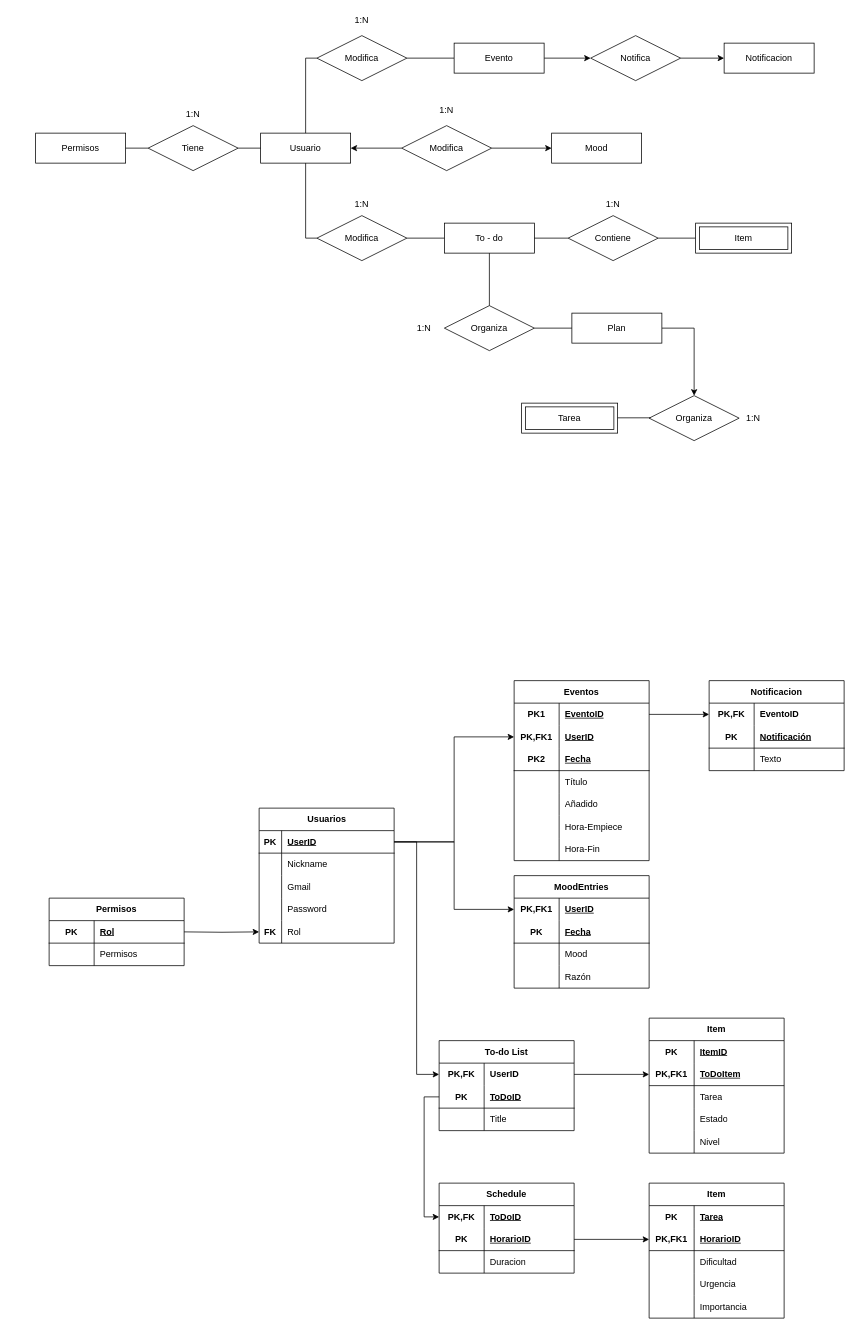
The draw.io diagram BBDD.drawio in Rackxso/LiveNotes, before the edit. Source tidied: cells renumbered, new cells numbered last; positions are measured from the earlier drawing's top-left corner, leaving out a move shared by most shapes. Both pictures are drawn from the tidied source at 75%, with x=0, y=0 at pixel (35, 13).
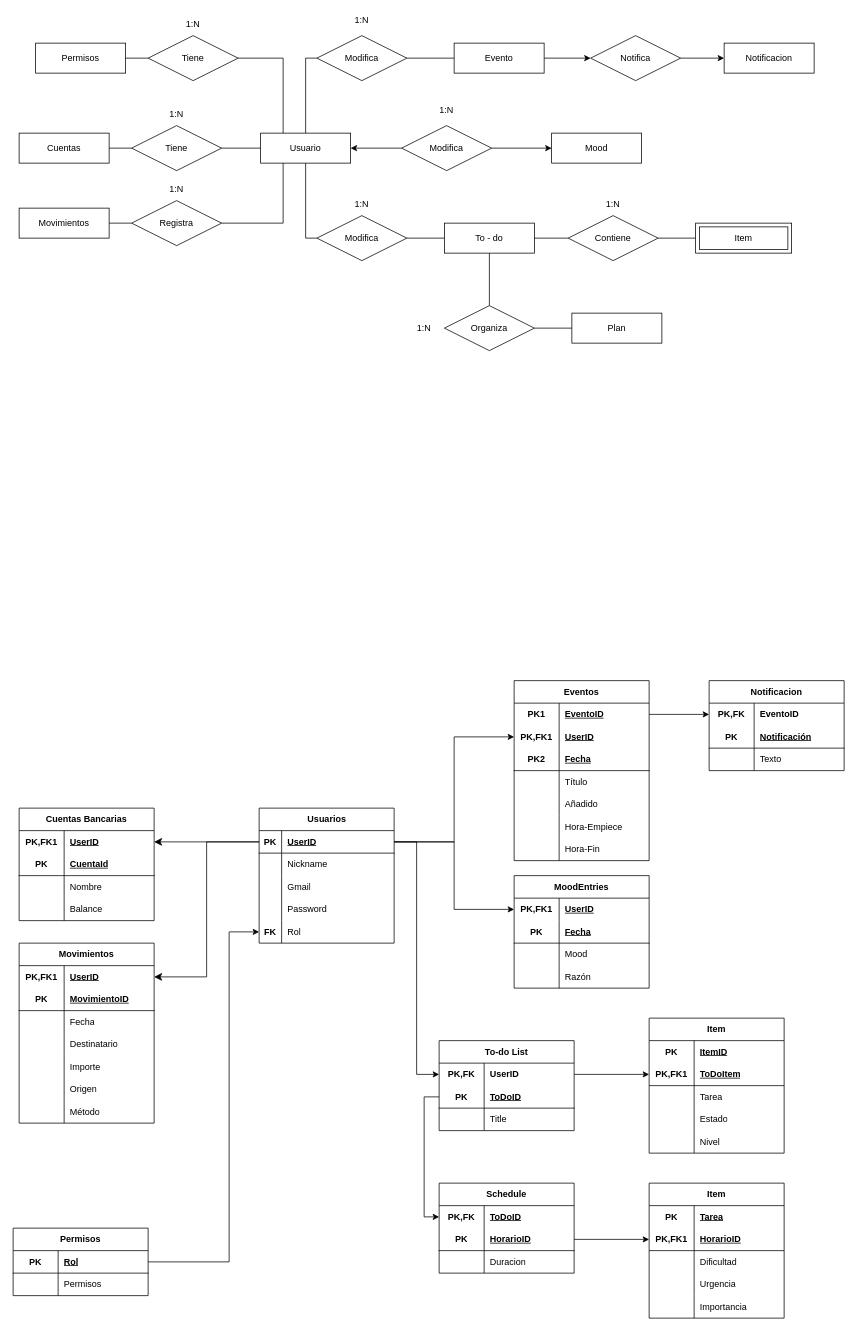
The same page after the edit.

Commit message:
Añadido banco

The change refers to these unchanged cells:
```xml
<mxCell id="2" value="Usuario" style="whiteSpace=wrap;html=1;align=center;" parent="1" vertex="1">
  <mxGeometry x="300" y="160" width="120" height="40" as="geometry" />
</mxCell>
<mxCell id="16" style="shape=tableRow;horizontal=0;startSize=0;swimlaneHead=0;swimlaneBody=0;fillColor=none;points=[[0,0.5],[1,0.5]];portConstraint=eastwest;top=0;left=0;right=0;bottom=1;" parent="15" vertex="1">
  <mxGeometry y="30" width="180" height="30" as="geometry" />
</mxCell>
<mxCell id="28" style="shape=tableRow;horizontal=0;startSize=0;swimlaneHead=0;swimlaneBody=0;fillColor=none;points=[[0,0.5],[1,0.5]];portConstraint=eastwest;top=0;left=0;right=0;bottom=0;" parent="15" vertex="1">
  <mxGeometry y="150" width="180" height="30" as="geometry" />
</mxCell>
<mxCell id="74" style="shape=tableRow;horizontal=0;startSize=0;swimlaneHead=0;swimlaneBody=0;fillColor=none;points=[[0,0.5],[1,0.5]];portConstraint=eastwest;top=0;left=0;right=0;bottom=1;" parent="73" vertex="1">
  <mxGeometry y="30" width="180" height="30" as="geometry" />
</mxCell>
<mxCell id="133" value="Plan" style="whiteSpace=wrap;html=1;align=center;" parent="1" vertex="1">
  <mxGeometry x="715" y="400" width="120" height="40" as="geometry" />
</mxCell>
```

The edit, as a diff of the source:
```diff
@@
     <mxCell id="3" value="Permisos" style="whiteSpace=wrap;html=1;align=center;" parent="1" vertex="1">
-      <mxGeometry y="160" width="120" height="40" as="geometry" />
+      <mxGeometry y="40" width="120" height="40" as="geometry" />
     </mxCell>
@@
     <mxCell id="11" value="Tiene" style="shape=rhombus;perimeter=rhombusPerimeter;whiteSpace=wrap;html=1;align=center;" parent="1" vertex="1">
-      <mxGeometry x="150" y="150" width="120" height="60" as="geometry" />
+      <mxGeometry x="150" y="30" width="120" height="60" as="geometry" />
     </mxCell>
@@
-    <mxCell id="13" style="endArrow=none;html=1;rounded=0;exitX=1;exitY=0.5;exitDx=0;exitDy=0;entryX=0;entryY=0.5;entryDx=0;entryDy=0;" parent="1" edge="1" source="11" target="2">
+    <mxCell id="13" style="endArrow=none;html=1;rounded=0;exitX=1;exitY=0.5;exitDx=0;exitDy=0;entryX=0.25;entryY=0;entryDx=0;entryDy=0;edgeStyle=orthogonalEdgeStyle;" parent="1" edge="1" source="11" target="2">
       <mxGeometry relative="1" as="geometry" />
     </mxCell>
@@
     <mxCell id="71" value="1:N" style="text;html=1;whiteSpace=wrap;strokeColor=none;fillColor=none;align=center;verticalAlign=middle;rounded=0;" parent="1" vertex="1">
-      <mxGeometry x="180" y="120" width="60" height="30" as="geometry" />
+      <mxGeometry x="180" width="60" height="30" as="geometry" />
     </mxCell>
-    <mxCell id="72" style="edgeStyle=orthogonalEdgeStyle;rounded=0;jettySize=auto;html=1;entryX=0;entryY=0.5;entryDx=0;entryDy=0;exitX=1;exitY=0.5;exitDx=0;exitDy=0;" parent="1" edge="1" target="28">
+    <mxCell id="72" style="edgeStyle=orthogonalEdgeStyle;rounded=0;jettySize=auto;html=1;entryX=0;entryY=0.5;entryDx=0;entryDy=0;exitX=1;exitY=0.5;exitDx=0;exitDy=0;" parent="1" edge="1" source="74" target="28">
       <mxGeometry relative="1" as="geometry">
-        <mxPoint x="198" y="1225" as="sourcePoint" />
+        <Array as="points">
+          <mxPoint x="258" y="1665" />
+          <mxPoint x="258" y="1225" />
+        </Array>
       </mxGeometry>
     </mxCell>
     <mxCell id="73" value="Permisos" style="shape=table;startSize=30;childLayout=tableLayout;rowLines=0;fontStyle=1;align=center;html=1;whiteSpace=wrap;" parent="1" vertex="1">
-      <mxGeometry x="18" y="1180" width="180" height="90" as="geometry" />
+      <mxGeometry x="-30" y="1620" width="180" height="90" as="geometry" />
     </mxCell>
@@
-    <mxCell id="132" style="edgeStyle=orthogonalEdgeStyle;rounded=0;jettySize=auto;html=1;entryX=0.5;entryY=0;entryDx=0;entryDy=0;exitX=1;exitY=0.5;exitDx=0;exitDy=0;" parent="1" edge="1" source="133" target="137">
-      <mxGeometry relative="1" as="geometry" />
-    </mxCell>
@@
-    <mxCell id="137" value="Organiza" style="shape=rhombus;perimeter=rhombusPerimeter;whiteSpace=wrap;html=1;align=center;" parent="1" vertex="1">
-      <mxGeometry x="818" y="510" width="120" height="60" as="geometry" />
-    </mxCell>
-    <mxCell id="138" value="1:N" style="text;html=1;whiteSpace=wrap;strokeColor=none;fillColor=none;align=center;verticalAlign=middle;rounded=0;" parent="1" vertex="1">
-      <mxGeometry x="927" y="525" width="60" height="30" as="geometry" />
-    </mxCell>
-    <mxCell id="139" style="endArrow=none;html=1;rounded=0;entryX=0;entryY=0.5;entryDx=0;entryDy=0;exitX=1;exitY=0.5;exitDx=0;exitDy=0;" parent="1" edge="1">
-      <mxGeometry relative="1" as="geometry">
-        <mxPoint x="770" y="539.6" as="sourcePoint" />
-        <mxPoint x="820" y="539.6" as="targetPoint" />
-      </mxGeometry>
-    </mxCell>
@@
-    <mxCell id="141" value="Tarea" style="shape=ext;margin=3;double=1;whiteSpace=wrap;html=1;align=center;" parent="1" vertex="1">
-      <mxGeometry x="648" y="520" width="128" height="40" as="geometry" />
-    </mxCell>
@@
+    <mxCell id="172" value="Cuentas" style="whiteSpace=wrap;html=1;align=center;" parent="1" vertex="1">
+      <mxGeometry x="-22" y="160" width="120" height="40" as="geometry" />
+    </mxCell>
+    <mxCell id="173" value="Tiene" style="shape=rhombus;perimeter=rhombusPerimeter;whiteSpace=wrap;html=1;align=center;" parent="1" vertex="1">
+      <mxGeometry x="128" y="150" width="120" height="60" as="geometry" />
+    </mxCell>
+    <mxCell id="174" style="endArrow=none;html=1;rounded=0;exitX=1;exitY=0.5;exitDx=0;exitDy=0;entryX=0;entryY=0.5;entryDx=0;entryDy=0;" parent="1" edge="1" source="172" target="173">
+      <mxGeometry relative="1" as="geometry" />
+    </mxCell>
+    <mxCell id="175" value="1:N" style="text;html=1;whiteSpace=wrap;strokeColor=none;fillColor=none;align=center;verticalAlign=middle;rounded=0;" parent="1" vertex="1">
+      <mxGeometry x="158" y="120" width="60" height="30" as="geometry" />
+    </mxCell>
+    <mxCell id="176" value="Movimientos" style="whiteSpace=wrap;html=1;align=center;" parent="1" vertex="1">
+      <mxGeometry x="-22" y="260" width="120" height="40" as="geometry" />
+    </mxCell>
+    <mxCell id="177" value="Registra" style="shape=rhombus;perimeter=rhombusPerimeter;whiteSpace=wrap;html=1;align=center;" parent="1" vertex="1">
+      <mxGeometry x="128" y="250" width="120" height="60" as="geometry" />
+    </mxCell>
+    <mxCell id="178" style="endArrow=none;html=1;rounded=0;exitX=1;exitY=0.5;exitDx=0;exitDy=0;entryX=0;entryY=0.5;entryDx=0;entryDy=0;" parent="1" edge="1" source="176" target="177">
+      <mxGeometry relative="1" as="geometry" />
+    </mxCell>
+    <mxCell id="179" value="1:N" style="text;html=1;whiteSpace=wrap;strokeColor=none;fillColor=none;align=center;verticalAlign=middle;rounded=0;" parent="1" vertex="1">
+      <mxGeometry x="158" y="220" width="60" height="30" as="geometry" />
+    </mxCell>
+    <mxCell id="180" style="endArrow=none;html=1;rounded=0;exitX=1;exitY=0.5;exitDx=0;exitDy=0;entryX=0;entryY=0.5;entryDx=0;entryDy=0;edgeStyle=orthogonalEdgeStyle;" parent="1" edge="1" source="173" target="2">
+      <mxGeometry relative="1" as="geometry" />
+    </mxCell>
+    <mxCell id="181" style="endArrow=none;html=1;rounded=0;exitX=1;exitY=0.5;exitDx=0;exitDy=0;entryX=0.25;entryY=1;entryDx=0;entryDy=0;edgeStyle=orthogonalEdgeStyle;" parent="1" edge="1" source="177" target="2">
+      <mxGeometry relative="1" as="geometry" />
+    </mxCell>
+    <mxCell id="182" value="Cuentas Bancarias" style="shape=table;startSize=30;childLayout=tableLayout;rowLines=0;fontStyle=1;align=center;html=1;whiteSpace=wrap;" parent="1" vertex="1">
+      <mxGeometry x="-22" y="1060" width="180" height="150" as="geometry" />
+    </mxCell>
+    <mxCell id="183" style="shape=tableRow;horizontal=0;startSize=0;swimlaneHead=0;swimlaneBody=0;fillColor=none;points=[[0,0.5],[1,0.5]];portConstraint=eastwest;top=0;left=0;right=0;bottom=0;html=1;" parent="182" vertex="1">
+      <mxGeometry y="30" width="180" height="30" as="geometry" />
+    </mxCell>
+    <mxCell id="184" value="PK,FK1" style="shape=partialRectangle;fillColor=none;top=0;left=0;bottom=0;right=0;fontStyle=1;overflow=hidden;html=1;whiteSpace=wrap;" parent="183" vertex="1">
+      <mxGeometry width="60" height="30" as="geometry" />
+    </mxCell>
+    <mxCell id="185" value="UserID" style="shape=partialRectangle;fillColor=none;top=0;left=0;bottom=0;right=0;align=left;spacingLeft=6;fontStyle=5;overflow=hidden;html=1;whiteSpace=wrap;" parent="183" vertex="1">
+      <mxGeometry x="60" width="120" height="30" as="geometry" />
+    </mxCell>
+    <mxCell id="186" style="shape=tableRow;horizontal=0;startSize=0;swimlaneHead=0;swimlaneBody=0;fillColor=none;top=0;left=0;right=0;bottom=1;html=1;" parent="182" vertex="1">
+      <mxGeometry y="60" width="180" height="30" as="geometry" />
+    </mxCell>
+    <mxCell id="187" value="PK" style="shape=partialRectangle;fillColor=none;top=0;left=0;bottom=0;right=0;fontStyle=1;overflow=hidden;html=1;whiteSpace=wrap;" parent="186" vertex="1">
+      <mxGeometry width="60" height="30" as="geometry" />
+    </mxCell>
+    <mxCell id="188" value="CuentaId" style="shape=partialRectangle;fillColor=none;top=0;left=0;bottom=0;right=0;align=left;spacingLeft=6;fontStyle=5;overflow=hidden;html=1;whiteSpace=wrap;" parent="186" vertex="1">
+      <mxGeometry x="60" width="120" height="30" as="geometry" />
+    </mxCell>
+    <mxCell id="189" style="shape=tableRow;horizontal=0;startSize=0;swimlaneHead=0;swimlaneBody=0;fillColor=none;top=0;left=0;right=0;bottom=0;html=1;" parent="182" vertex="1">
+      <mxGeometry y="90" width="180" height="30" as="geometry" />
+    </mxCell>
+    <mxCell id="190" style="shape=partialRectangle;fillColor=none;top=0;left=0;bottom=0;right=0;overflow=hidden;html=1;whiteSpace=wrap;" parent="189" vertex="1">
+      <mxGeometry width="60" height="30" as="geometry" />
+    </mxCell>
+    <mxCell id="191" value="Nombre" style="shape=partialRectangle;fillColor=none;top=0;left=0;bottom=0;right=0;align=left;spacingLeft=6;overflow=hidden;html=1;whiteSpace=wrap;" parent="189" vertex="1">
+      <mxGeometry x="60" width="120" height="30" as="geometry" />
+    </mxCell>
+    <mxCell id="192" style="shape=tableRow;horizontal=0;startSize=0;swimlaneHead=0;swimlaneBody=0;fillColor=none;top=0;left=0;right=0;bottom=0;html=1;" parent="182" vertex="1">
+      <mxGeometry y="120" width="180" height="30" as="geometry" />
+    </mxCell>
+    <mxCell id="193" style="shape=partialRectangle;fillColor=none;top=0;left=0;bottom=0;right=0;overflow=hidden;html=1;whiteSpace=wrap;" parent="192" vertex="1">
+      <mxGeometry width="60" height="30" as="geometry" />
+    </mxCell>
+    <mxCell id="194" value="Balance" style="shape=partialRectangle;fillColor=none;top=0;left=0;bottom=0;right=0;align=left;spacingLeft=6;overflow=hidden;html=1;whiteSpace=wrap;" parent="192" vertex="1">
+      <mxGeometry x="60" width="120" height="30" as="geometry" />
+    </mxCell>
+    <mxCell id="195" style="edgeStyle=orthogonalEdgeStyle;rounded=0;jettySize=auto;html=1;entryX=1;entryY=0.5;entryDx=0;entryDy=0;fontSize=12;startSize=8;endSize=8;" parent="1" edge="1" source="16" target="183">
+      <mxGeometry relative="1" as="geometry" />
+    </mxCell>
+    <mxCell id="196" value="Movimientos" style="shape=table;startSize=30;childLayout=tableLayout;rowLines=0;fontStyle=1;align=center;html=1;whiteSpace=wrap;" parent="1" vertex="1">
+      <mxGeometry x="-22" y="1240" width="180" height="240" as="geometry" />
+    </mxCell>
+    <mxCell id="197" style="shape=tableRow;horizontal=0;startSize=0;swimlaneHead=0;swimlaneBody=0;fillColor=none;points=[[0,0.5],[1,0.5]];portConstraint=eastwest;top=0;left=0;right=0;bottom=0;html=1;" parent="196" vertex="1">
+      <mxGeometry y="30" width="180" height="30" as="geometry" />
+    </mxCell>
+    <mxCell id="198" value="PK,FK1" style="shape=partialRectangle;fillColor=none;top=0;left=0;bottom=0;right=0;fontStyle=1;overflow=hidden;html=1;whiteSpace=wrap;" parent="197" vertex="1">
+      <mxGeometry width="60" height="30" as="geometry" />
+    </mxCell>
+    <mxCell id="199" value="UserID" style="shape=partialRectangle;fillColor=none;top=0;left=0;bottom=0;right=0;align=left;spacingLeft=6;fontStyle=5;overflow=hidden;html=1;whiteSpace=wrap;" parent="197" vertex="1">
+      <mxGeometry x="60" width="120" height="30" as="geometry" />
+    </mxCell>
+    <mxCell id="200" style="shape=tableRow;horizontal=0;startSize=0;swimlaneHead=0;swimlaneBody=0;fillColor=none;top=0;left=0;right=0;bottom=1;html=1;" parent="196" vertex="1">
+      <mxGeometry y="60" width="180" height="30" as="geometry" />
+    </mxCell>
+    <mxCell id="201" value="PK" style="shape=partialRectangle;fillColor=none;top=0;left=0;bottom=0;right=0;fontStyle=1;overflow=hidden;html=1;whiteSpace=wrap;" parent="200" vertex="1">
+      <mxGeometry width="60" height="30" as="geometry" />
+    </mxCell>
+    <mxCell id="202" value="MovimientoID" style="shape=partialRectangle;fillColor=none;top=0;left=0;bottom=0;right=0;align=left;spacingLeft=6;fontStyle=5;overflow=hidden;html=1;whiteSpace=wrap;" parent="200" vertex="1">
+      <mxGeometry x="60" width="120" height="30" as="geometry" />
+    </mxCell>
+    <mxCell id="203" style="shape=tableRow;horizontal=0;startSize=0;swimlaneHead=0;swimlaneBody=0;fillColor=none;top=0;left=0;right=0;bottom=0;html=1;" parent="196" vertex="1">
+      <mxGeometry y="90" width="180" height="30" as="geometry" />
+    </mxCell>
+    <mxCell id="204" style="shape=partialRectangle;fillColor=none;top=0;left=0;bottom=0;right=0;overflow=hidden;html=1;whiteSpace=wrap;" parent="203" vertex="1">
+      <mxGeometry width="60" height="30" as="geometry" />
+    </mxCell>
+    <mxCell id="205" value="Fecha" style="shape=partialRectangle;fillColor=none;top=0;left=0;bottom=0;right=0;align=left;spacingLeft=6;overflow=hidden;html=1;whiteSpace=wrap;" parent="203" vertex="1">
+      <mxGeometry x="60" width="120" height="30" as="geometry" />
+    </mxCell>
+    <mxCell id="206" style="shape=tableRow;horizontal=0;startSize=0;swimlaneHead=0;swimlaneBody=0;fillColor=none;top=0;left=0;right=0;bottom=0;html=1;" parent="196" vertex="1">
+      <mxGeometry y="120" width="180" height="30" as="geometry" />
+    </mxCell>
+    <mxCell id="207" style="shape=partialRectangle;fillColor=none;top=0;left=0;bottom=0;right=0;overflow=hidden;html=1;whiteSpace=wrap;" parent="206" vertex="1">
+      <mxGeometry width="60" height="30" as="geometry" />
+    </mxCell>
+    <mxCell id="208" value="Destinatario" style="shape=partialRectangle;fillColor=none;top=0;left=0;bottom=0;right=0;align=left;spacingLeft=6;overflow=hidden;html=1;whiteSpace=wrap;" parent="206" vertex="1">
+      <mxGeometry x="60" width="120" height="30" as="geometry" />
+    </mxCell>
+    <mxCell id="209" style="shape=tableRow;horizontal=0;startSize=0;swimlaneHead=0;swimlaneBody=0;fillColor=none;top=0;left=0;right=0;bottom=0;html=1;" parent="196" vertex="1">
+      <mxGeometry y="150" width="180" height="30" as="geometry" />
+    </mxCell>
+    <mxCell id="210" style="shape=partialRectangle;fillColor=none;top=0;left=0;bottom=0;right=0;overflow=hidden;html=1;whiteSpace=wrap;" parent="209" vertex="1">
+      <mxGeometry width="60" height="30" as="geometry" />
+    </mxCell>
+    <mxCell id="211" value="Importe" style="shape=partialRectangle;fillColor=none;top=0;left=0;bottom=0;right=0;align=left;spacingLeft=6;overflow=hidden;html=1;whiteSpace=wrap;" parent="209" vertex="1">
+      <mxGeometry x="60" width="120" height="30" as="geometry" />
+    </mxCell>
+    <mxCell id="212" style="shape=tableRow;horizontal=0;startSize=0;swimlaneHead=0;swimlaneBody=0;fillColor=none;top=0;left=0;right=0;bottom=0;html=1;" parent="196" vertex="1">
+      <mxGeometry y="180" width="180" height="30" as="geometry" />
+    </mxCell>
+    <mxCell id="213" style="shape=partialRectangle;fillColor=none;top=0;left=0;bottom=0;right=0;overflow=hidden;html=1;whiteSpace=wrap;" parent="212" vertex="1">
+      <mxGeometry width="60" height="30" as="geometry" />
+    </mxCell>
+    <mxCell id="214" value="Origen" style="shape=partialRectangle;fillColor=none;top=0;left=0;bottom=0;right=0;align=left;spacingLeft=6;overflow=hidden;html=1;whiteSpace=wrap;" parent="212" vertex="1">
+      <mxGeometry x="60" width="120" height="30" as="geometry" />
+    </mxCell>
+    <mxCell id="215" style="shape=tableRow;horizontal=0;startSize=0;swimlaneHead=0;swimlaneBody=0;fillColor=none;top=0;left=0;right=0;bottom=0;html=1;" parent="196" vertex="1">
+      <mxGeometry y="210" width="180" height="30" as="geometry" />
+    </mxCell>
+    <mxCell id="216" style="shape=partialRectangle;fillColor=none;top=0;left=0;bottom=0;right=0;overflow=hidden;html=1;whiteSpace=wrap;" parent="215" vertex="1">
+      <mxGeometry width="60" height="30" as="geometry" />
+    </mxCell>
+    <mxCell id="217" value="Método" style="shape=partialRectangle;fillColor=none;top=0;left=0;bottom=0;right=0;align=left;spacingLeft=6;overflow=hidden;html=1;whiteSpace=wrap;" parent="215" vertex="1">
+      <mxGeometry x="60" width="120" height="30" as="geometry" />
+    </mxCell>
+    <mxCell id="218" style="edgeStyle=orthogonalEdgeStyle;rounded=0;jettySize=auto;html=1;entryX=1;entryY=0.5;entryDx=0;entryDy=0;fontSize=12;startSize=8;endSize=8;exitX=0;exitY=0.5;exitDx=0;exitDy=0;" parent="1" edge="1" source="16" target="197">
+      <mxGeometry relative="1" as="geometry" />
+    </mxCell>
```
